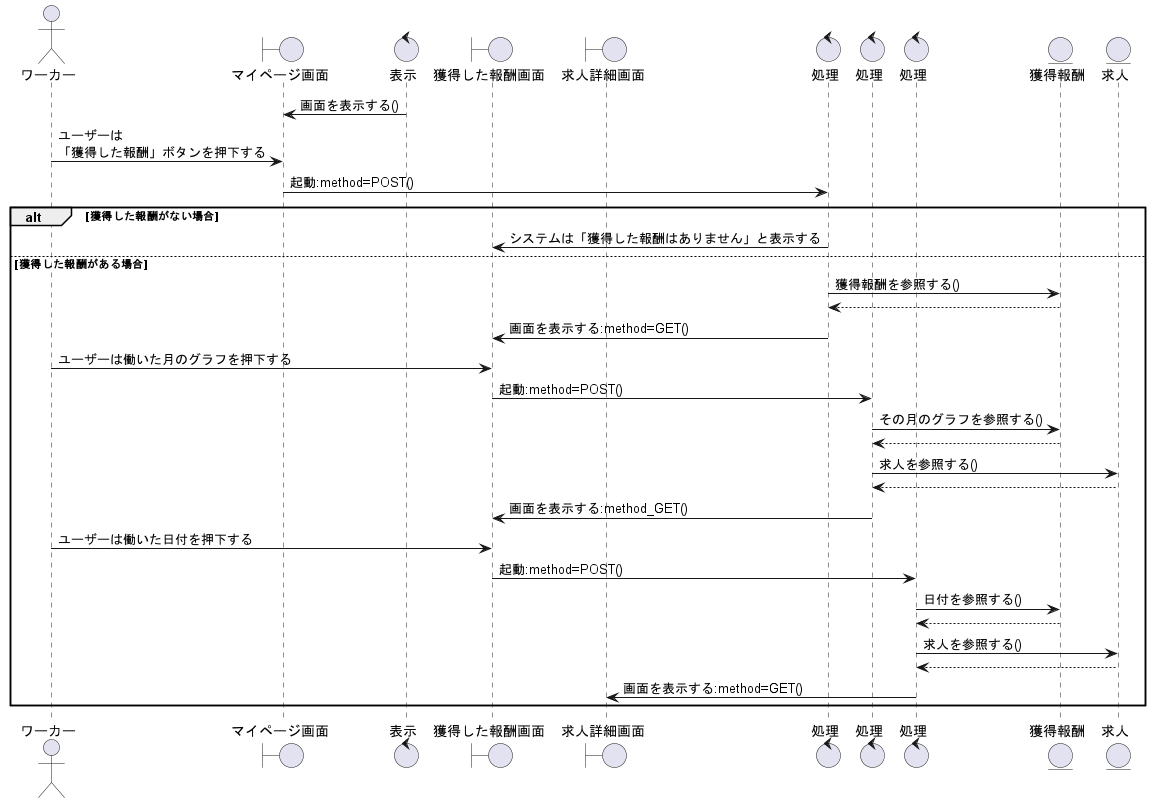
Above: out/sequence_fig/7_acconts_fn/09_獲得した報酬を閲覧する/獲得した報酬を閲覧する.png in irukacb256/high_Me (PlantUML), before the change. The source it was exported from:
```plantuml
@startuml 獲得した報酬を閲覧する

actor ワーカー as wo1

boundary マイページ画面 as bo1
control 表示 as co1
boundary 獲得した報酬画面 as bo2
boundary 求人詳細画面 as bo3

control 処理 as co2
control 処理 as co3
control 処理 as co4

entity 獲得報酬 as en1
entity 求人 as en2

co1 -> bo1:画面を表示する()
wo1 -> bo1:ユーザーは\n「獲得した報酬」ボタンを押下する
bo1 -> co2:起動:method=POST()

alt 獲得した報酬がない場合
    co2 -> bo2:システムは「獲得した報酬はありません」と表示する

else 獲得した報酬がある場合
    co2 -> en1:獲得報酬を参照する()
    en1 --> co2
    co2 -> bo2:画面を表示する:method=GET()

    wo1 -> bo2:ユーザーは働いた月のグラフを押下する
    bo2 -> co3:起動:method=POST()
    co3 -> en1:その月のグラフを参照する()
    co3 <-- en1
    co3 -> en2:求人を参照する()
    co3 <-- en2
    co3 -> bo2:画面を表示する:method_GET()

    wo1 -> bo2:ユーザーは働いた日付を押下する
    bo2 -> co4:起動:method=POST()
    co4 -> en1:日付を参照する()
    en1 --> co4
    co4 -> en2:求人を参照する()
    co4 <-- en2
    co4 -> bo3:画面を表示する:method=GET()

end

@enduml
```
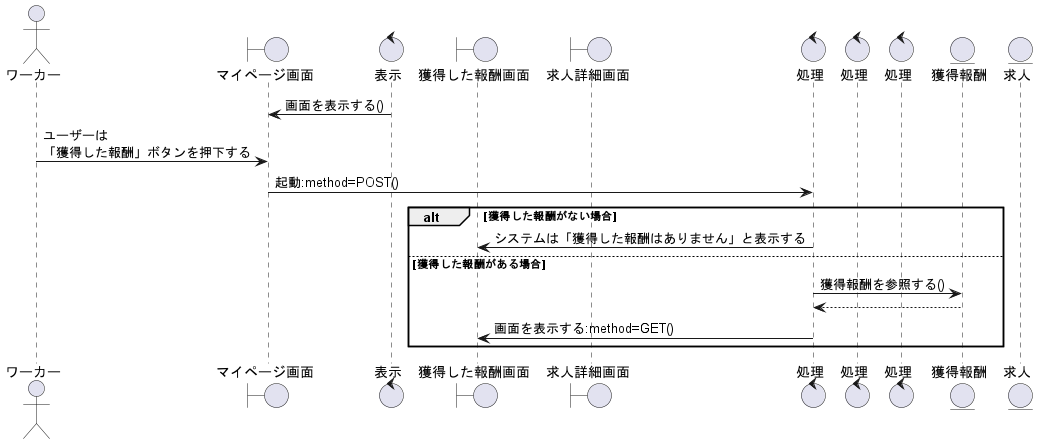
After the commit.

Diff of the diagram source:
```diff
@@ -26,22 +26,6 @@
     en1 --> co2
     co2 -> bo2:画面を表示する:method=GET()
 
-    wo1 -> bo2:ユーザーは働いた月のグラフを押下する
-    bo2 -> co3:起動:method=POST()
-    co3 -> en1:その月のグラフを参照する()
-    co3 <-- en1
-    co3 -> en2:求人を参照する()
-    co3 <-- en2
-    co3 -> bo2:画面を表示する:method_GET()
-
-    wo1 -> bo2:ユーザーは働いた日付を押下する
-    bo2 -> co4:起動:method=POST()
-    co4 -> en1:日付を参照する()
-    en1 --> co4
-    co4 -> en2:求人を参照する()
-    co4 <-- en2
-    co4 -> bo3:画面を表示する:method=GET()
-
 end
 
 @enduml
```
